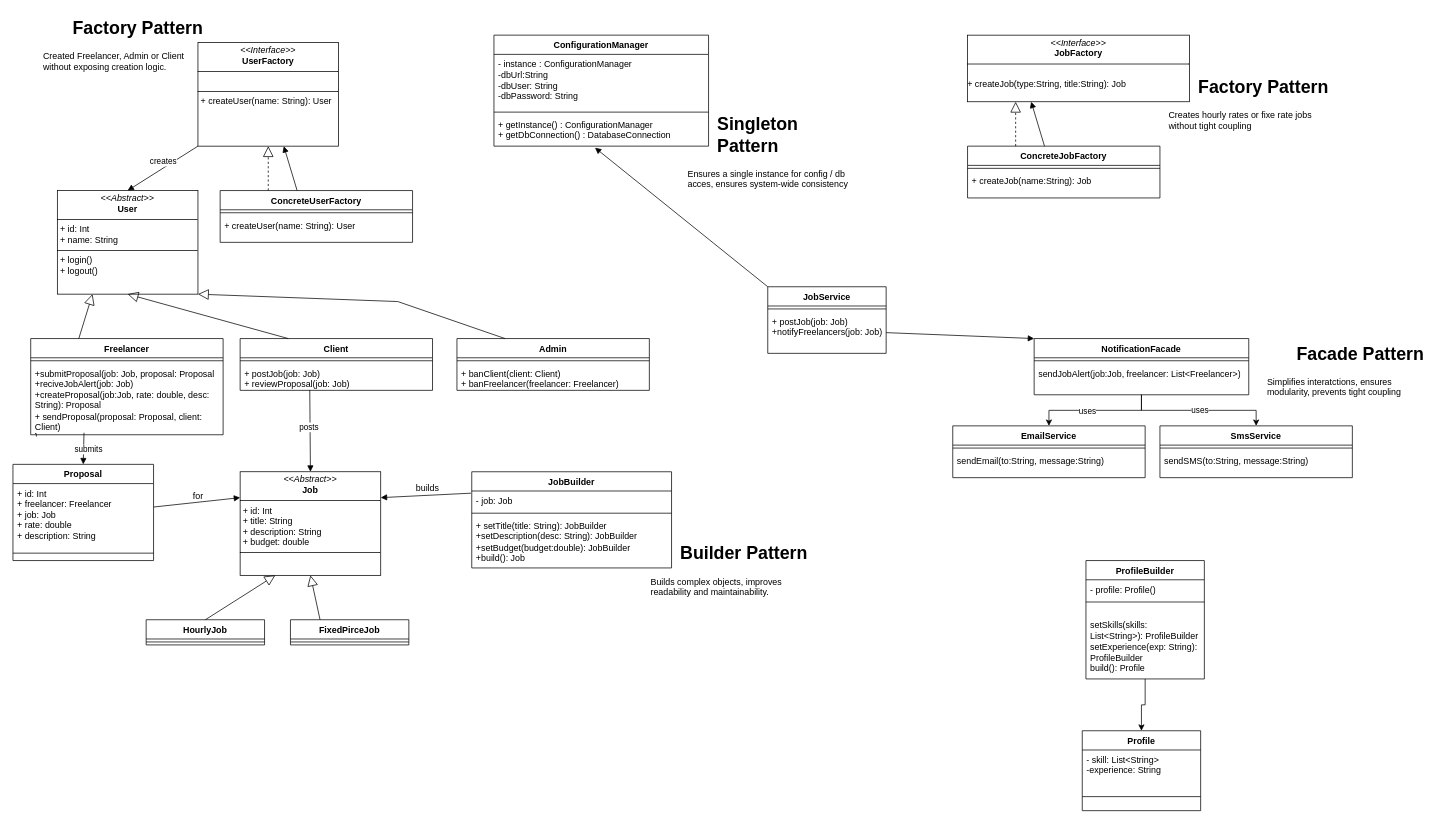
EdwardAdelin/SDT-Project keeps this draw.io diagram as Class Diagram UML.drawio. Above is the earlier version. Source tidied: cells renumbered, new cells numbered last; positions are measured from the earlier drawing's top-left corner, leaving out a move shared by most shapes. Both pictures are drawn from the tidied source at 74%, with x=0, y=0 at pixel (13, 13).
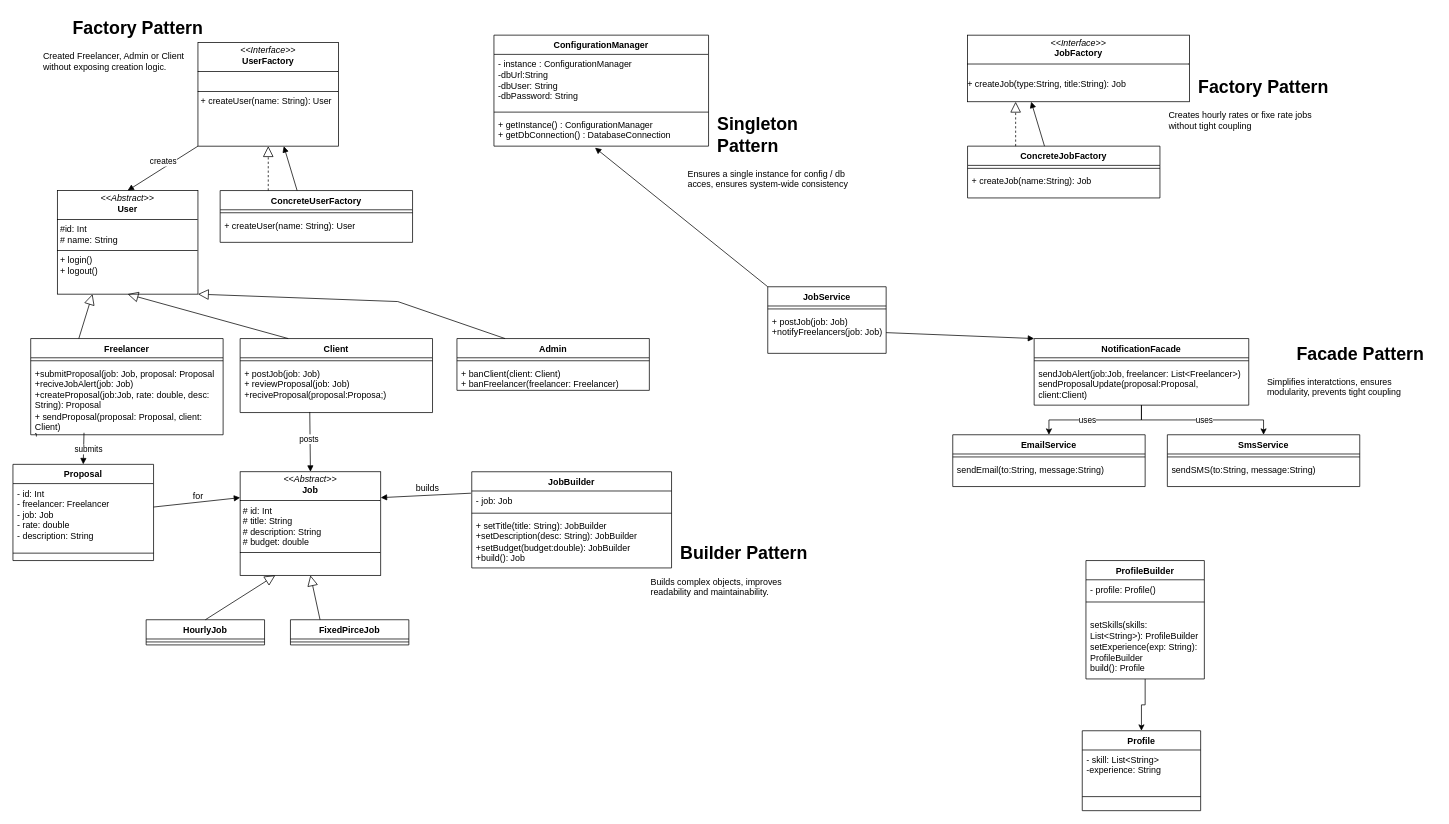
The same diagram, later.

Commit message:
most recent project files of the diagram - Draw.io software

Unchanged cells that the change refers to:
```xml
<mxCell id="24" value="Proposal" style="swimlane;fontStyle=1;align=center;verticalAlign=top;horizontal=1;startSize=26;whiteSpace=wrap;html=1;" parent="1" vertex="1">
  <mxGeometry y="610" width="190" height="130" as="geometry" />
</mxCell>
```

Change to the diagram source:
```diff
@@
-    <mxCell id="6" value="&lt;p style=&quot;margin:0px;margin-top:4px;text-align:center;&quot;&gt;&lt;i&gt;&amp;lt;&amp;lt;Abstract&amp;gt;&amp;gt;&lt;/i&gt;&lt;br&gt;&lt;b&gt;User&lt;/b&gt;&lt;/p&gt;&lt;hr size=&quot;1&quot; style=&quot;border-style:solid;&quot;&gt;&lt;p style=&quot;margin:0px;margin-left:4px;&quot;&gt;+ id: Int&lt;/p&gt;&lt;p style=&quot;margin:0px;margin-left:4px;&quot;&gt;+ name: String&lt;/p&gt;&lt;hr size=&quot;1&quot; style=&quot;border-style:solid;&quot;&gt;&lt;p style=&quot;margin:0px;margin-left:4px;&quot;&gt;+ login()&lt;/p&gt;&lt;p style=&quot;margin:0px;margin-left:4px;&quot;&gt;+ logout()&lt;/p&gt;" style="verticalAlign=top;align=left;overflow=fill;html=1;whiteSpace=wrap;" parent="1" vertex="1">
+    <mxCell id="6" value="&lt;p style=&quot;margin:0px;margin-top:4px;text-align:center;&quot;&gt;&lt;i&gt;&amp;lt;&amp;lt;Abstract&amp;gt;&amp;gt;&lt;/i&gt;&lt;br&gt;&lt;b&gt;User&lt;/b&gt;&lt;/p&gt;&lt;hr size=&quot;1&quot; style=&quot;border-style:solid;&quot;&gt;&lt;p style=&quot;margin:0px;margin-left:4px;&quot;&gt;#id: Int&lt;/p&gt;&lt;p style=&quot;margin:0px;margin-left:4px;&quot;&gt;# name: String&lt;/p&gt;&lt;hr size=&quot;1&quot; style=&quot;border-style:solid;&quot;&gt;&lt;p style=&quot;margin:0px;margin-left:4px;&quot;&gt;+ login()&lt;/p&gt;&lt;p style=&quot;margin:0px;margin-left:4px;&quot;&gt;+ logout()&lt;/p&gt;" style="verticalAlign=top;align=left;overflow=fill;html=1;whiteSpace=wrap;" parent="1" vertex="1">
       <mxGeometry x="60" y="240" width="190" height="140" as="geometry" />
     </mxCell>
@@
     <mxCell id="14" value="&lt;div&gt;Client&lt;/div&gt;" style="swimlane;fontStyle=1;align=center;verticalAlign=top;horizontal=1;startSize=26;whiteSpace=wrap;html=1;" parent="1" vertex="1">
-      <mxGeometry x="307" y="440" width="260" height="70" as="geometry" />
+      <mxGeometry x="307" y="440" width="260" height="100" as="geometry" />
     </mxCell>
@@
-    <mxCell id="16" value="+ postJob(job: Job)&lt;div&gt;+ reviewProposal(job: Job)&lt;/div&gt;" style="text;strokeColor=none;fillColor=none;align=left;verticalAlign=top;spacingLeft=4;spacingRight=4;overflow=hidden;points=[[0,0.5],[1,0.5]];portConstraint=eastwest;whiteSpace=wrap;html=1;" parent="14" vertex="1">
-      <mxGeometry y="34" width="260" height="36" as="geometry" />
+    <mxCell id="16" value="+ postJob(job: Job)&lt;div&gt;+ reviewProposal(job: Job)&lt;/div&gt;&lt;div&gt;+reciveProposal(proposal:Proposa;)&lt;/div&gt;" style="text;strokeColor=none;fillColor=none;align=left;verticalAlign=top;spacingLeft=4;spacingRight=4;overflow=hidden;points=[[0,0.5],[1,0.5]];portConstraint=eastwest;whiteSpace=wrap;html=1;" parent="14" vertex="1">
+      <mxGeometry y="34" width="260" height="66" as="geometry" />
     </mxCell>
@@
-    <mxCell id="25" value="+ id: Int&lt;div&gt;+ freelancer: Freelancer&lt;/div&gt;&lt;div&gt;+ job: Job&lt;/div&gt;&lt;div&gt;+ rate: double&lt;/div&gt;&lt;div&gt;+ description: String&lt;/div&gt;" style="text;strokeColor=none;fillColor=none;align=left;verticalAlign=top;spacingLeft=4;spacingRight=4;overflow=hidden;points=[[0,0.5],[1,0.5]];portConstraint=eastwest;whiteSpace=wrap;html=1;" parent="24" vertex="1">
+    <mxCell id="25" value="- id: Int&lt;div&gt;- freelancer: Freelancer&lt;/div&gt;&lt;div&gt;- job: Job&lt;/div&gt;&lt;div&gt;- rate: double&lt;/div&gt;&lt;div&gt;- description: String&lt;/div&gt;" style="text;strokeColor=none;fillColor=none;align=left;verticalAlign=top;spacingLeft=4;spacingRight=4;overflow=hidden;points=[[0,0.5],[1,0.5]];portConstraint=eastwest;whiteSpace=wrap;html=1;" parent="24" vertex="1">
       <mxGeometry y="26" width="190" height="84" as="geometry" />
     </mxCell>
@@
-    <mxCell id="29" value="&lt;p style=&quot;margin:0px;margin-top:4px;text-align:center;&quot;&gt;&lt;i&gt;&amp;lt;&amp;lt;Abstract&amp;gt;&amp;gt;&lt;/i&gt;&lt;br&gt;&lt;b&gt;Job&lt;/b&gt;&lt;/p&gt;&lt;hr size=&quot;1&quot; style=&quot;border-style:solid;&quot;&gt;&lt;p style=&quot;margin:0px;margin-left:4px;&quot;&gt;+ id: Int&lt;/p&gt;&lt;p style=&quot;margin:0px;margin-left:4px;&quot;&gt;+ title: String&lt;/p&gt;&lt;p style=&quot;margin:0px;margin-left:4px;&quot;&gt;+ description: String&lt;/p&gt;&lt;p style=&quot;margin:0px;margin-left:4px;&quot;&gt;+ budget: double&lt;/p&gt;&lt;hr size=&quot;1&quot; style=&quot;border-style:solid;&quot;&gt;&lt;p style=&quot;margin:0px;margin-left:4px;&quot;&gt;&lt;br&gt;&lt;/p&gt;" style="verticalAlign=top;align=left;overflow=fill;html=1;whiteSpace=wrap;" parent="1" vertex="1">
+    <mxCell id="29" value="&lt;p style=&quot;margin:0px;margin-top:4px;text-align:center;&quot;&gt;&lt;i&gt;&amp;lt;&amp;lt;Abstract&amp;gt;&amp;gt;&lt;/i&gt;&lt;br&gt;&lt;b&gt;Job&lt;/b&gt;&lt;/p&gt;&lt;hr size=&quot;1&quot; style=&quot;border-style:solid;&quot;&gt;&lt;p style=&quot;margin:0px;margin-left:4px;&quot;&gt;# id: Int&lt;/p&gt;&lt;p style=&quot;margin:0px;margin-left:4px;&quot;&gt;# title: String&lt;/p&gt;&lt;p style=&quot;margin:0px;margin-left:4px;&quot;&gt;# description: String&lt;/p&gt;&lt;p style=&quot;margin:0px;margin-left:4px;&quot;&gt;# budget: double&lt;/p&gt;&lt;hr size=&quot;1&quot; style=&quot;border-style:solid;&quot;&gt;&lt;p style=&quot;margin:0px;margin-left:4px;&quot;&gt;&lt;br&gt;&lt;/p&gt;" style="verticalAlign=top;align=left;overflow=fill;html=1;whiteSpace=wrap;" parent="1" vertex="1">
       <mxGeometry x="307" y="620" width="190" height="140" as="geometry" />
     </mxCell>
@@
     <mxCell id="62" value="NotificationFacade" style="swimlane;fontStyle=1;align=center;verticalAlign=top;horizontal=1;startSize=26;whiteSpace=wrap;html=1;" parent="1" vertex="1">
-      <mxGeometry x="1380" y="440" width="290" height="76" as="geometry" />
+      <mxGeometry x="1380" y="440" width="290" height="90" as="geometry" />
     </mxCell>
@@
-    <mxCell id="64" value="sendJobAlert(job:Job, freelancer: List&amp;lt;Freelancer&amp;gt;)" style="text;strokeColor=none;fillColor=none;align=left;verticalAlign=top;spacingLeft=4;spacingRight=4;overflow=hidden;whiteSpace=wrap;html=1;" parent="62" vertex="1">
-      <mxGeometry y="34" width="290" height="42" as="geometry" />
+    <mxCell id="64" value="sendJobAlert(job:Job, freelancer: List&amp;lt;Freelancer&amp;gt;)&lt;div&gt;sendProposalUpdate(proposal:Proposal, client:Client)&lt;/div&gt;" style="text;strokeColor=none;fillColor=none;align=left;verticalAlign=top;spacingLeft=4;spacingRight=4;overflow=hidden;whiteSpace=wrap;html=1;" parent="62" vertex="1">
+      <mxGeometry y="34" width="290" height="56" as="geometry" />
     </mxCell>
     <mxCell id="65" value="&lt;div&gt;EmailService&lt;/div&gt;" style="swimlane;fontStyle=1;align=center;verticalAlign=top;horizontal=1;startSize=26;whiteSpace=wrap;html=1;" parent="1" vertex="1">
-      <mxGeometry x="1270" y="558" width="260" height="70" as="geometry" />
+      <mxGeometry x="1270" y="570" width="260" height="70" as="geometry" />
     </mxCell>
@@
     <mxCell id="68" value="&lt;div&gt;SmsService&lt;/div&gt;" style="swimlane;fontStyle=1;align=center;verticalAlign=top;horizontal=1;startSize=26;whiteSpace=wrap;html=1;" parent="1" vertex="1">
-      <mxGeometry x="1550" y="558" width="260" height="70" as="geometry" />
+      <mxGeometry x="1560" y="570" width="260" height="70" as="geometry" />
     </mxCell>
```
